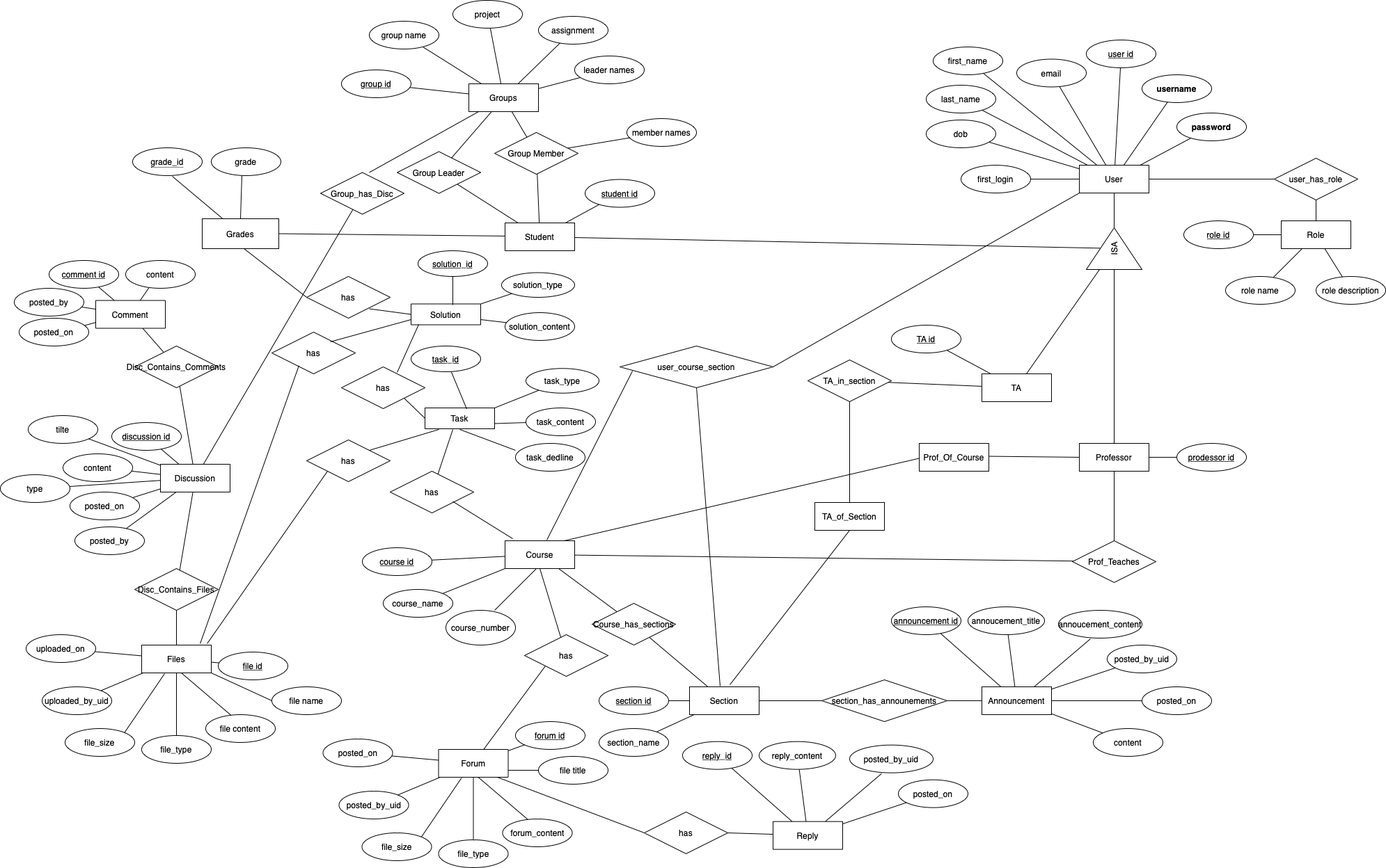
Earlier version of the draw.io export ERD RS/old files/ProjectERD_final.drawio.png (mikepoullas/COMP5531_GROUP_4_Winter_2022). Source tidied: cells renumbered, new cells last; positions are measured from the earlier drawing's top-left corner, leaving out a move shared by most shapes.
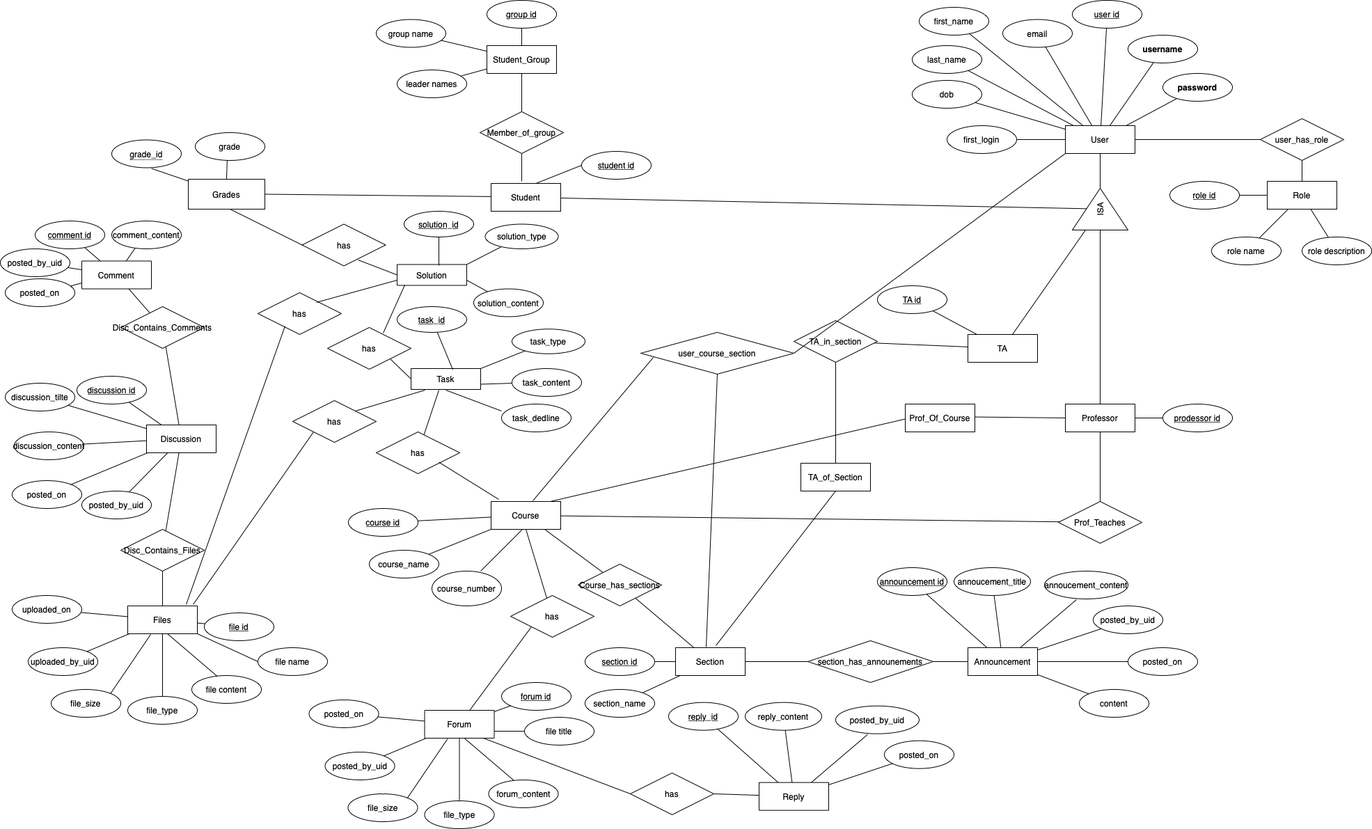
After the commit.

Change to the diagram source:
```diff
@@ -17,18 +17,12 @@
     <mxCell id="6" style="endArrow=none;html=1;rounded=0;" parent="1" edge="1" source="30" target="2">
       <mxGeometry relative="1" as="geometry" />
     </mxCell>
-    <mxCell id="7" value="Group_has_Disc" style="shape=rhombus;perimeter=rhombusPerimeter;whiteSpace=wrap;html=1;align=center;" parent="1" vertex="1">
-      <mxGeometry x="460" y="247.5" width="120" height="60" as="geometry" />
-    </mxCell>
-    <mxCell id="8" style="endArrow=none;html=1;rounded=0;exitX=0.583;exitY=0;exitDx=0;exitDy=0;exitPerimeter=0;" parent="1" edge="1" source="7" target="115">
+    <mxCell id="8" style="endArrow=none;html=1;rounded=0;exitX=0.5;exitY=0;exitDx=0;exitDy=0;" parent="1" edge="1" source="120" target="115">
       <mxGeometry relative="1" as="geometry" />
     </mxCell>
     <mxCell id="9" value="Discussion" style="whiteSpace=wrap;html=1;align=center;" parent="1" vertex="1">
       <mxGeometry x="230" y="667" width="100" height="40" as="geometry" />
     </mxCell>
-    <mxCell id="10" style="endArrow=none;html=1;rounded=0;" parent="1" edge="1" source="7" target="9">
-      <mxGeometry relative="1" as="geometry" />
-    </mxCell>
     <mxCell id="11" style="endArrow=none;html=1;rounded=0;" parent="1" edge="1" source="82" target="12">
       <mxGeometry relative="1" as="geometry" />
     </mxCell>
@@ -138,26 +132,20 @@
       <mxGeometry relative="1" as="geometry" />
     </mxCell>
     <mxCell id="47" value="discussion id" style="ellipse;whiteSpace=wrap;html=1;align=center;fontStyle=4;" parent="1" vertex="1">
-      <mxGeometry x="160" y="607" width="100" height="40" as="geometry" />
+      <mxGeometry x="130" y="597" width="100" height="40" as="geometry" />
     </mxCell>
-    <mxCell id="48" value="content" style="ellipse;whiteSpace=wrap;html=1;align=center;" parent="1" vertex="1">
-      <mxGeometry x="90" y="652" width="100" height="40" as="geometry" />
+    <mxCell id="48" value="discussion_content" style="ellipse;whiteSpace=wrap;html=1;align=center;" parent="1" vertex="1">
+      <mxGeometry x="40" y="677" width="100" height="40" as="geometry" />
     </mxCell>
     <mxCell id="49" value="posted_on" style="ellipse;whiteSpace=wrap;html=1;align=center;" parent="1" vertex="1">
-      <mxGeometry x="100" y="707" width="100" height="40" as="geometry" />
+      <mxGeometry x="37" y="747" width="100" height="40" as="geometry" />
     </mxCell>
-    <mxCell id="50" value="type" style="ellipse;whiteSpace=wrap;html=1;align=center;" parent="1" vertex="1">
-      <mxGeometry y="682" width="100" height="40" as="geometry" />
-    </mxCell>
     <mxCell id="51" style="endArrow=none;html=1;rounded=0;" parent="1" edge="1" source="47" target="9">
       <mxGeometry relative="1" as="geometry" />
     </mxCell>
     <mxCell id="52" style="endArrow=none;html=1;rounded=0;" parent="1" edge="1" source="48" target="9">
       <mxGeometry relative="1" as="geometry" />
     </mxCell>
-    <mxCell id="53" style="endArrow=none;html=1;rounded=0;" parent="1" edge="1" source="50" target="9">
-      <mxGeometry relative="1" as="geometry" />
-    </mxCell>
     <mxCell id="54" style="endArrow=none;html=1;rounded=0;" parent="1" edge="1" source="49" target="9">
       <mxGeometry relative="1" as="geometry" />
     </mxCell>
@@ -185,13 +173,13 @@
     <mxCell id="62" style="endArrow=none;html=1;rounded=0;" parent="1" edge="1" source="12" target="57">
       <mxGeometry relative="1" as="geometry" />
     </mxCell>
-    <mxCell id="63" value="tilte" style="ellipse;whiteSpace=wrap;html=1;align=center;" parent="1" vertex="1">
-      <mxGeometry x="40" y="597" width="100" height="40" as="geometry" />
+    <mxCell id="63" value="discussion_tilte" style="ellipse;whiteSpace=wrap;html=1;align=center;" parent="1" vertex="1">
+      <mxGeometry x="27" y="607" width="100" height="40" as="geometry" />
     </mxCell>
     <mxCell id="64" style="endArrow=none;html=1;rounded=0;" parent="1" edge="1" source="63" target="9">
       <mxGeometry relative="1" as="geometry" />
     </mxCell>
-    <mxCell id="65" value="content" style="ellipse;whiteSpace=wrap;html=1;align=center;" parent="1" vertex="1">
+    <mxCell id="65" value="comment_content" style="ellipse;whiteSpace=wrap;html=1;align=center;" parent="1" vertex="1">
       <mxGeometry x="180" y="374" width="100" height="40" as="geometry" />
     </mxCell>
     <mxCell id="66" style="endArrow=none;html=1;rounded=0;" parent="1" edge="1" source="55" target="13">
@@ -229,7 +217,7 @@
     <mxCell id="76" style="endArrow=none;html=1;rounded=0;" parent="1" edge="1" source="3" target="72">
       <mxGeometry relative="1" as="geometry" />
     </mxCell>
-    <mxCell id="77" value="posted_by" style="ellipse;whiteSpace=wrap;html=1;align=center;" parent="1" vertex="1">
+    <mxCell id="77" value="posted_by_uid" style="ellipse;whiteSpace=wrap;html=1;align=center;" parent="1" vertex="1">
       <mxGeometry x="20" y="414" width="100" height="40" as="geometry" />
     </mxCell>
     <mxCell id="78" style="endArrow=none;html=1;rounded=0;" parent="1" edge="1" source="77" target="13">
@@ -301,8 +289,8 @@
     <mxCell id="100" style="endArrow=none;html=1;rounded=0;" parent="1" edge="1" source="99" target="133">
       <mxGeometry relative="1" as="geometry" />
     </mxCell>
-    <mxCell id="101" value="posted_by" style="ellipse;whiteSpace=wrap;html=1;align=center;" parent="1" vertex="1">
-      <mxGeometry x="107" y="757" width="100" height="40" as="geometry" />
+    <mxCell id="101" value="posted_by_uid" style="ellipse;whiteSpace=wrap;html=1;align=center;" parent="1" vertex="1">
+      <mxGeometry x="137" y="762" width="100" height="40" as="geometry" />
     </mxCell>
     <mxCell id="102" style="endArrow=none;html=1;rounded=0;" parent="1" edge="1" source="101" target="9">
       <mxGeometry relative="1" as="geometry" />
@@ -313,66 +301,38 @@
     <mxCell id="104" style="endArrow=none;html=1;rounded=0;" parent="1" edge="1" source="12" target="103">
       <mxGeometry relative="1" as="geometry" />
     </mxCell>
-    <mxCell id="105" value="assignment" style="ellipse;whiteSpace=wrap;html=1;align=center;" parent="1" vertex="1">
-      <mxGeometry x="773" y="23" width="100" height="40" as="geometry" />
-    </mxCell>
-    <mxCell id="106" style="endArrow=none;html=1;rounded=0;" parent="1" edge="1" source="115" target="105">
-      <mxGeometry relative="1" as="geometry" />
-    </mxCell>
     <mxCell id="107" value="leader names" style="ellipse;whiteSpace=wrap;html=1;align=center;" parent="1" vertex="1">
-      <mxGeometry x="825" y="80" width="100" height="40" as="geometry" />
+      <mxGeometry x="590" y="157" width="100" height="40" as="geometry" />
     </mxCell>
     <mxCell id="108" style="endArrow=none;html=1;rounded=0;" parent="1" edge="1" source="115" target="107">
       <mxGeometry relative="1" as="geometry" />
     </mxCell>
-    <mxCell id="109" value="project" style="ellipse;whiteSpace=wrap;html=1;align=center;" parent="1" vertex="1">
-      <mxGeometry x="650" width="100" height="40" as="geometry" />
-    </mxCell>
-    <mxCell id="110" style="endArrow=none;html=1;rounded=0;" parent="1" edge="1" source="115" target="109">
-      <mxGeometry relative="1" as="geometry" />
-    </mxCell>
     <mxCell id="111" value="group name" style="ellipse;whiteSpace=wrap;html=1;align=center;" parent="1" vertex="1">
-      <mxGeometry x="530" y="30" width="100" height="40" as="geometry" />
+      <mxGeometry x="560" y="84.5" width="100" height="40" as="geometry" />
     </mxCell>
     <mxCell id="112" style="endArrow=none;html=1;rounded=0;" parent="1" edge="1" source="115" target="111">
       <mxGeometry relative="1" as="geometry" />
     </mxCell>
     <mxCell id="113" value="group id" style="ellipse;whiteSpace=wrap;html=1;align=center;fontStyle=4;" parent="1" vertex="1">
-      <mxGeometry x="490" y="100" width="100" height="40" as="geometry" />
+      <mxGeometry x="719" y="57" width="100" height="40" as="geometry" />
     </mxCell>
     <mxCell id="114" style="endArrow=none;html=1;rounded=0;" parent="1" edge="1" source="115" target="113">
       <mxGeometry relative="1" as="geometry" />
     </mxCell>
-    <mxCell id="115" value="Groups" style="whiteSpace=wrap;html=1;align=center;" parent="1" vertex="1">
-      <mxGeometry x="673" y="120" width="100" height="40" as="geometry" />
+    <mxCell id="115" value="Student_Group" style="whiteSpace=wrap;html=1;align=center;" parent="1" vertex="1">
+      <mxGeometry x="719" y="122" width="100" height="40" as="geometry" />
     </mxCell>
-    <mxCell id="116" style="endArrow=none;html=1;rounded=0;" parent="1" edge="1" source="122" target="115">
-      <mxGeometry relative="1" as="geometry" />
-    </mxCell>
-    <mxCell id="117" style="endArrow=none;html=1;rounded=0;" parent="1" edge="1" source="120" target="115">
-      <mxGeometry relative="1" as="geometry" />
-    </mxCell>
-    <mxCell id="118" value="member names" style="ellipse;whiteSpace=wrap;html=1;align=center;" parent="1" vertex="1">
-      <mxGeometry x="900" y="170" width="100" height="40" as="geometry" />
-    </mxCell>
-    <mxCell id="119" style="endArrow=none;html=1;rounded=0;" parent="1" edge="1" source="120" target="118">
-      <mxGeometry relative="1" as="geometry" />
-    </mxCell>
+    <mxCell id="221" style="edgeStyle=none;rounded=0;jettySize=auto;html=1;endArrow=none;endFill=0;" parent="1" edge="1" source="120">
+      <mxGeometry relative="1" as="geometry">
+        <mxPoint x="769" y="317" as="targetPoint" />
+      </mxGeometry>
+    </mxCell>
-    <mxCell id="120" value="Group Member" style="shape=rhombus;perimeter=rhombusPerimeter;whiteSpace=wrap;html=1;align=center;" parent="1" vertex="1">
-      <mxGeometry x="710" y="190" width="120" height="60" as="geometry" />
+    <mxCell id="120" value="Member_of_group" style="shape=rhombus;perimeter=rhombusPerimeter;whiteSpace=wrap;html=1;align=center;" parent="1" vertex="1">
+      <mxGeometry x="709" y="217" width="120" height="60" as="geometry" />
     </mxCell>
-    <mxCell id="121" style="endArrow=none;html=1;rounded=0;" parent="1" edge="1" source="125" target="120">
-      <mxGeometry relative="1" as="geometry" />
-    </mxCell>
-    <mxCell id="122" value="Group Leader" style="shape=rhombus;perimeter=rhombusPerimeter;whiteSpace=wrap;html=1;align=center;" parent="1" vertex="1">
-      <mxGeometry x="570" y="217.5" width="120" height="60" as="geometry" />
-    </mxCell>
     <mxCell id="123" value="student id" style="ellipse;whiteSpace=wrap;html=1;align=center;fontStyle=4;" parent="1" vertex="1">
-      <mxGeometry x="840" y="257.5" width="100" height="40" as="geometry" />
+      <mxGeometry x="855" y="274" width="100" height="40" as="geometry" />
     </mxCell>
-    <mxCell id="124" style="endArrow=none;html=1;rounded=0;" parent="1" edge="1" source="125" target="123">
-      <mxGeometry relative="1" as="geometry" />
-    </mxCell>
     <mxCell id="125" value="Student" style="whiteSpace=wrap;html=1;align=center;" parent="1" vertex="1">
       <mxGeometry x="725" y="320" width="100" height="40" as="geometry" />
     </mxCell>
@@ -400,9 +360,6 @@
     <mxCell id="133" value="Section" style="whiteSpace=wrap;html=1;align=center;" parent="1" vertex="1">
       <mxGeometry x="990" y="987" width="100" height="40" as="geometry" />
     </mxCell>
-    <mxCell id="134" style="endArrow=none;html=1;rounded=0;" parent="1" edge="1" source="122" target="125">
-      <mxGeometry relative="1" as="geometry" />
-    </mxCell>
     <mxCell id="135" value="course_number" style="ellipse;whiteSpace=wrap;html=1;align=center;" parent="1" vertex="1">
       <mxGeometry x="640" y="877" width="100" height="50" as="geometry" />
     </mxCell>
@@ -441,7 +398,7 @@
       <mxGeometry relative="1" as="geometry" />
     </mxCell>
     <mxCell id="145" value="user_course_section" style="shape=rhombus;perimeter=rhombusPerimeter;whiteSpace=wrap;html=1;align=center;" parent="1" vertex="1">
-      <mxGeometry x="890" y="497" width="220" height="60" as="geometry" />
+      <mxGeometry x="940" y="534" width="220" height="60" as="geometry" />
     </mxCell>
     <mxCell id="146" style="endArrow=none;html=1;rounded=0;exitX=1;exitY=0.5;exitDx=0;exitDy=0;" parent="1" edge="1" source="145">
       <mxGeometry relative="1" as="geometry">
@@ -455,7 +412,7 @@
       <mxGeometry x="290" y="314" width="110" height="43" as="geometry" />
     </mxCell>
     <mxCell id="149" value="&lt;span style=&quot;border-bottom: 1px dotted&quot;&gt;grade_id&lt;/span&gt;" style="ellipse;whiteSpace=wrap;html=1;align=center;" parent="1" vertex="1">
-      <mxGeometry x="190" y="212" width="100" height="40" as="geometry" />
+      <mxGeometry x="180" y="257.5" width="100" height="40" as="geometry" />
     </mxCell>
     <mxCell id="150" style="endArrow=none;html=1;rounded=0;exitX=0.5;exitY=0;exitDx=0;exitDy=0;entryX=0.44;entryY=0.975;entryDx=0;entryDy=0;entryPerimeter=0;" parent="1" edge="1" source="148">
       <mxGeometry relative="1" as="geometry">
@@ -477,7 +434,7 @@
       <mxGeometry relative="1" as="geometry" />
     </mxCell>
     <mxCell id="155" value="solution_type" style="ellipse;whiteSpace=wrap;html=1;align=center;" parent="1" vertex="1">
-      <mxGeometry x="720" y="391.5" width="105" height="35.5" as="geometry" />
+      <mxGeometry x="716.5" y="378.5" width="105" height="35.5" as="geometry" />
     </mxCell>
     <mxCell id="156" style="edgeStyle=none;rounded=0;jettySize=auto;html=1;entryX=0.6;entryY=0.05;entryDx=0;entryDy=0;entryPerimeter=0;endArrow=none;endFill=0;" parent="1" edge="1" source="157" target="153">
       <mxGeometry relative="1" as="geometry" />
@@ -486,26 +443,24 @@
       <mxGeometry x="600" y="360" width="100" height="37" as="geometry" />
     </mxCell>
     <mxCell id="158" value="grade" style="ellipse;whiteSpace=wrap;html=1;align=center;" parent="1" vertex="1">
-      <mxGeometry x="303" y="212" width="100" height="40" as="geometry" />
+      <mxGeometry x="300" y="247" width="100" height="40" as="geometry" />
     </mxCell>
     <mxCell id="159" style="edgeStyle=none;rounded=0;jettySize=auto;html=1;entryX=1;entryY=0.75;entryDx=0;entryDy=0;endArrow=none;endFill=0;" parent="1" edge="1" source="160" target="153">
       <mxGeometry relative="1" as="geometry" />
     </mxCell>
     <mxCell id="160" value="solution_content" style="ellipse;whiteSpace=wrap;html=1;align=center;" parent="1" vertex="1">
-      <mxGeometry x="725" y="449" width="100" height="40" as="geometry" />
+      <mxGeometry x="700" y="471.5" width="100" height="40" as="geometry" />
     </mxCell>
     <mxCell id="161" value="has" style="shape=rhombus;perimeter=rhombusPerimeter;whiteSpace=wrap;html=1;align=center;" parent="1" vertex="1">
-      <mxGeometry x="440" y="397" width="120" height="60" as="geometry" />
+      <mxGeometry x="453.5" y="378.5" width="120" height="60" as="geometry" />
     </mxCell>
     <mxCell id="162" style="edgeStyle=none;rounded=0;jettySize=auto;html=1;entryX=0;entryY=0.5;entryDx=0;entryDy=0;endArrow=none;endFill=0;" parent="1" edge="1" target="161">
       <mxGeometry relative="1" as="geometry">
         <mxPoint x="350" y="357" as="sourcePoint" />
       </mxGeometry>
     </mxCell>
-    <mxCell id="163" style="edgeStyle=none;rounded=0;jettySize=auto;html=1;entryX=0;entryY=0.5;entryDx=0;entryDy=0;endArrow=none;endFill=0;" parent="1" edge="1" target="153">
-      <mxGeometry relative="1" as="geometry">
-        <mxPoint x="530" y="443.5" as="sourcePoint" />
-      </mxGeometry>
+    <mxCell id="163" style="edgeStyle=none;rounded=0;jettySize=auto;html=1;entryX=0;entryY=0.5;entryDx=0;entryDy=0;endArrow=none;endFill=0;exitX=0.671;exitY=0.858;exitDx=0;exitDy=0;exitPerimeter=0;" parent="1" edge="1" source="161" target="153">
+      <mxGeometry relative="1" as="geometry" />
     </mxCell>
     <mxCell id="164" value="Task" style="whiteSpace=wrap;html=1;align=center;" parent="1" vertex="1">
       <mxGeometry x="610" y="586" width="100" height="30" as="geometry" />
@@ -698,5 +653,10 @@
     <mxCell id="220" style="endArrow=none;html=1;rounded=0;exitX=0;exitY=0.5;exitDx=0;exitDy=0;entryX=0.845;entryY=1;entryDx=0;entryDy=0;entryPerimeter=0;" parent="1" edge="1" source="219" target="192">
       <mxGeometry relative="1" as="geometry" />
     </mxCell>
+    <mxCell id="222" style="edgeStyle=none;rounded=0;jettySize=auto;html=1;endArrow=none;endFill=0;exitX=0;exitY=0.5;exitDx=0;exitDy=0;" parent="1" edge="1" source="123">
+      <mxGeometry relative="1" as="geometry">
+        <mxPoint x="789.5" y="320" as="targetPoint" />
+      </mxGeometry>
+    </mxCell>
   </root>
 </mxGraphModel>
```
